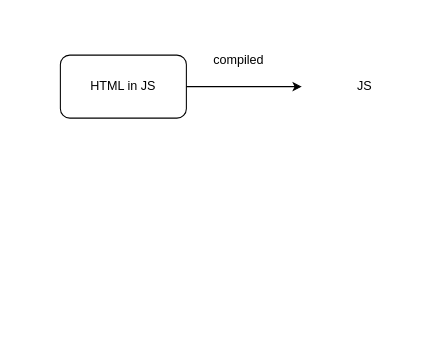
Before: page "01-1 JSX" (1 of 21) of Diagram.drawio in f2xiao/learn-react, a draw.io diagram. Source tidied: cells renumbered, new cells numbered last; positions are measured from the earlier drawing's top-left corner, leaving out a move shared by most shapes. Both pictures are drawn from the tidied source at 105%, with x=0, y=0 at pixel (60, 44).
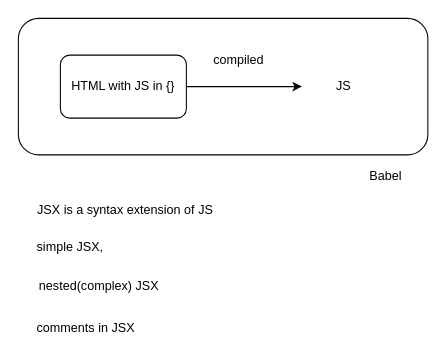
The same page after the edit.

Change to the diagram source:
```diff
@@
 <mxGraphModel>
   <root>
     <mxCell id="0" />
     <mxCell id="1" parent="0" />
+    <mxCell id="6" style="rounded=1;whiteSpace=wrap;html=1;" parent="1" vertex="1">
+      <mxGeometry x="-40" y="-25" width="390" height="130" as="geometry" />
+    </mxCell>
-    <mxCell id="2" value="HTML in JS" style="rounded=1;whiteSpace=wrap;html=1;" parent="1" vertex="1">
+    <mxCell id="2" value="HTML with JS in {}" style="rounded=1;whiteSpace=wrap;html=1;" parent="1" vertex="1">
       <mxGeometry y="10" width="120" height="60" as="geometry" />
     </mxCell>
     <mxCell id="3" style="endArrow=classic;html=1;rounded=0;exitX=1;exitY=0.5;exitDx=0;exitDy=0;" parent="1" edge="1" source="2">
       <mxGeometry relative="1" as="geometry">
         <mxPoint x="230" y="40" as="targetPoint" />
       </mxGeometry>
     </mxCell>
     <mxCell id="4" value="compiled" style="text;html=1;strokeColor=none;fillColor=none;align=center;verticalAlign=middle;whiteSpace=wrap;rounded=0;" parent="1" vertex="1">
       <mxGeometry x="140" width="60" height="30" as="geometry" />
     </mxCell>
     <mxCell id="5" value="JS" style="text;html=1;strokeColor=none;fillColor=none;align=center;verticalAlign=middle;whiteSpace=wrap;rounded=0;" parent="1" vertex="1">
-      <mxGeometry x="260" y="25" width="60" height="30" as="geometry" />
+      <mxGeometry x="240" y="25" width="60" height="30" as="geometry" />
     </mxCell>
+    <mxCell id="7" value="JSX is a syntax extension of JS" style="text;html=1;strokeColor=none;fillColor=none;align=center;verticalAlign=middle;whiteSpace=wrap;rounded=0;" parent="1" vertex="1">
+      <mxGeometry x="-27.5" y="140" width="177.5" height="35" as="geometry" />
+    </mxCell>
+    <mxCell id="8" value="Babel" style="text;html=1;strokeColor=none;fillColor=none;align=center;verticalAlign=middle;whiteSpace=wrap;rounded=0;" parent="1" vertex="1">
+      <mxGeometry x="280" y="110" width="60" height="30" as="geometry" />
+    </mxCell>
+    <mxCell id="9" value="simple JSX," style="text;html=1;strokeColor=none;fillColor=none;align=center;verticalAlign=middle;whiteSpace=wrap;rounded=0;" parent="1" vertex="1">
+      <mxGeometry x="-27.5" y="175" width="72.5" height="35" as="geometry" />
+    </mxCell>
+    <mxCell id="10" value="nested(complex) JSX" style="text;html=1;strokeColor=none;fillColor=none;align=center;verticalAlign=middle;whiteSpace=wrap;rounded=0;" parent="1" vertex="1">
+      <mxGeometry x="-27.5" y="215" width="127.5" height="30" as="geometry" />
+    </mxCell>
+    <mxCell id="11" value="comments in JSX" style="text;html=1;strokeColor=none;fillColor=none;align=center;verticalAlign=middle;whiteSpace=wrap;rounded=0;" parent="1" vertex="1">
+      <mxGeometry x="-27.5" y="255" width="102.5" height="30" as="geometry" />
+    </mxCell>
   </root>
 </mxGraphModel>
```
